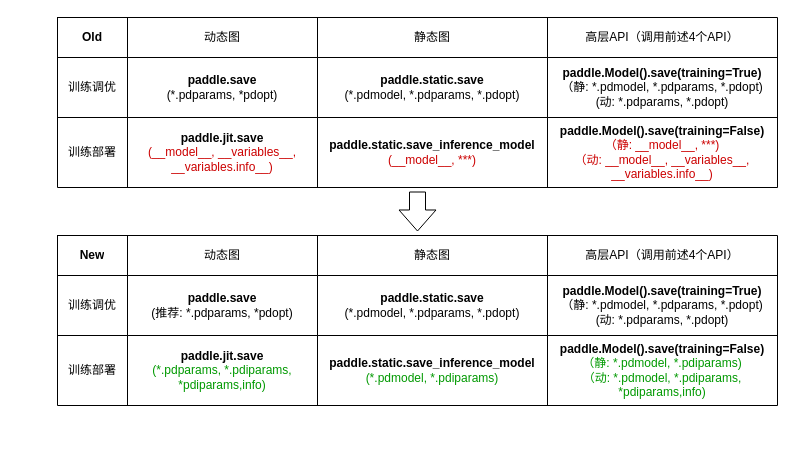
chenwhql/diagrams keeps this draw.io diagram as page "save-result" (1 of 2) of new_save_load.drawio. Above is the earlier version. Source tidied: cells renumbered, new cells numbered last; positions are measured from the earlier drawing's top-left corner, leaving out a move shared by most shapes. Both pictures are drawn from the tidied source at 100%, with x=0, y=0 at pixel (57, 17).
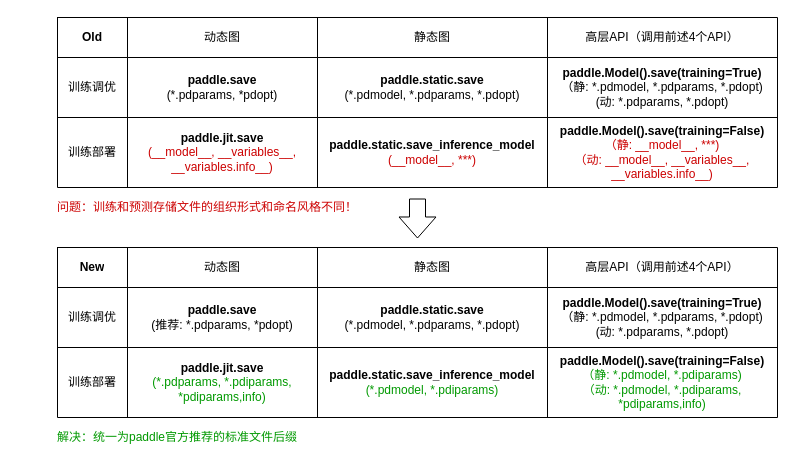
The same page after the edit.

Diff of the diagram source:
```diff
@@
     <mxCell id="18" style="shape=flexArrow;endArrow=classic;html=1;width=16;endSize=6.67;" parent="1" edge="1">
       <mxGeometry relative="1" as="geometry">
-        <mxPoint x="360" y="174" as="sourcePoint" />
-        <mxPoint x="360" y="214" as="targetPoint" />
+        <mxPoint x="360" y="181" as="sourcePoint" />
+        <mxPoint x="360" y="221" as="targetPoint" />
       </mxGeometry>
     </mxCell>
+    <mxCell id="35" value="问题：训练和预测存储文件的组织形式和命名风格不同！" style="text;html=1;strokeColor=none;fillColor=none;align=center;verticalAlign=middle;whiteSpace=wrap;rounded=0;dashed=1;fontColor=#CC0000;" parent="1" vertex="1">
+      <mxGeometry x="-10" y="180" width="320" height="20" as="geometry" />
+    </mxCell>
     <mxCell id="19" style="shape=table;html=1;whiteSpace=wrap;startSize=0;childLayout=tableLayout;" parent="1" vertex="1">
-      <mxGeometry y="218" width="720" height="170" as="geometry" />
+      <mxGeometry y="230" width="720" height="170" as="geometry" />
     </mxCell>
@@
+    <mxCell id="36" value="解决：统一为paddle官方推荐的标准文件后缀" style="text;html=1;strokeColor=none;fillColor=none;align=center;verticalAlign=middle;whiteSpace=wrap;rounded=0;dashed=1;fontColor=#009900;" parent="1" vertex="1">
+      <mxGeometry x="-40" y="410" width="320" height="20" as="geometry" />
+    </mxCell>
```
